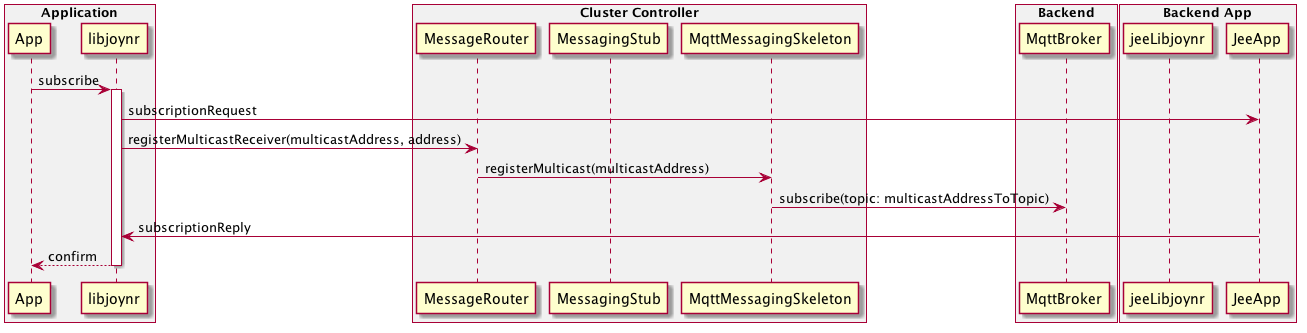
Above: docs/diagrams/SequenceDiagram-Java-MulticastSubscribe.png in bmwcarit/joynr (PlantUML), before the change. Its source is kept beside it as docs/diagrams/SequenceDiagram-Java-MulticastSubscribe.puml. Its diagram source:
```plantuml
@startuml

box "Application" #F1F1F1
  participant App
  participant libjoynr
end box

box "Cluster Controller" #F1F1F1
  participant MessageRouter
  participant MessagingStub
  participant MqttMessagingSkeleton

end box

box "Backend" #F1F1F1
  participant MqttBroker
end box

box "Backend App" #F1F1F1
  participant jeeLibjoynr
  participant JeeApp
end box

App -> libjoynr: subscribe
activate libjoynr
libjoynr -> JeeApp: subscriptionRequest
libjoynr -> MessageRouter: registerMulticastReceiver(multicastAddress, address)
MessageRouter -> MqttMessagingSkeleton:  registerMulticast(multicastAddress)
MqttMessagingSkeleton -> MqttBroker:  subscribe(topic: multicastAddressToTopic)

JeeApp -> libjoynr: subscriptionReply
App <-- libjoynr: confirm
deactivate libjoynr

@enduml
```
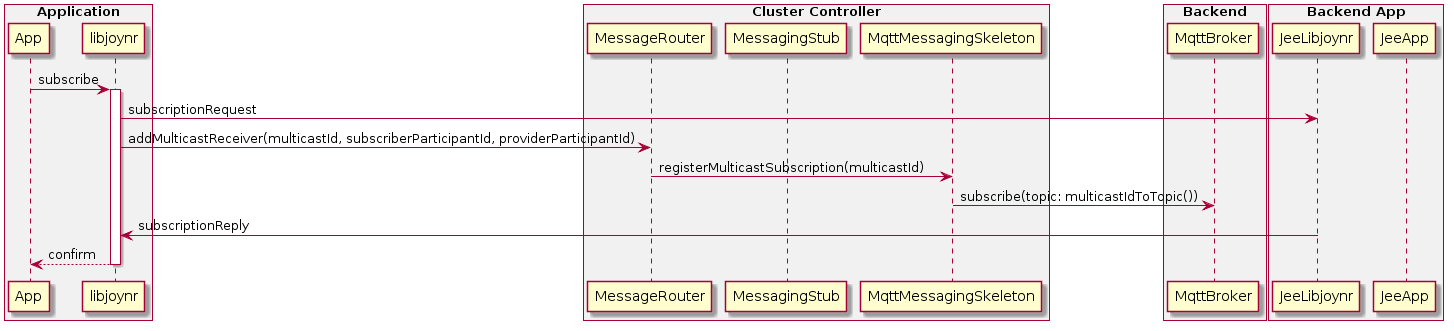
The same diagram one commit later.

What changed in the source:
```diff
@@ -17,18 +17,18 @@
 end box
 
 box "Backend App" #F1F1F1
-  participant jeeLibjoynr
+  participant JeeLibjoynr
   participant JeeApp
 end box
 
 App -> libjoynr: subscribe
 activate libjoynr
-libjoynr -> JeeApp: subscriptionRequest
-libjoynr -> MessageRouter: registerMulticastReceiver(multicastAddress, address)
-MessageRouter -> MqttMessagingSkeleton:  registerMulticast(multicastAddress)
-MqttMessagingSkeleton -> MqttBroker:  subscribe(topic: multicastAddressToTopic)
+libjoynr -> JeeLibjoynr: subscriptionRequest
+libjoynr -> MessageRouter: addMulticastReceiver(multicastId, subscriberParticipantId, providerParticipantId)
+MessageRouter -> MqttMessagingSkeleton:  registerMulticastSubscription(multicastId)
+MqttMessagingSkeleton -> MqttBroker:  subscribe(topic: multicastIdToTopic())
 
-JeeApp -> libjoynr: subscriptionReply
+JeeLibjoynr -> libjoynr: subscriptionReply
 App <-- libjoynr: confirm
 deactivate libjoynr
 
```
